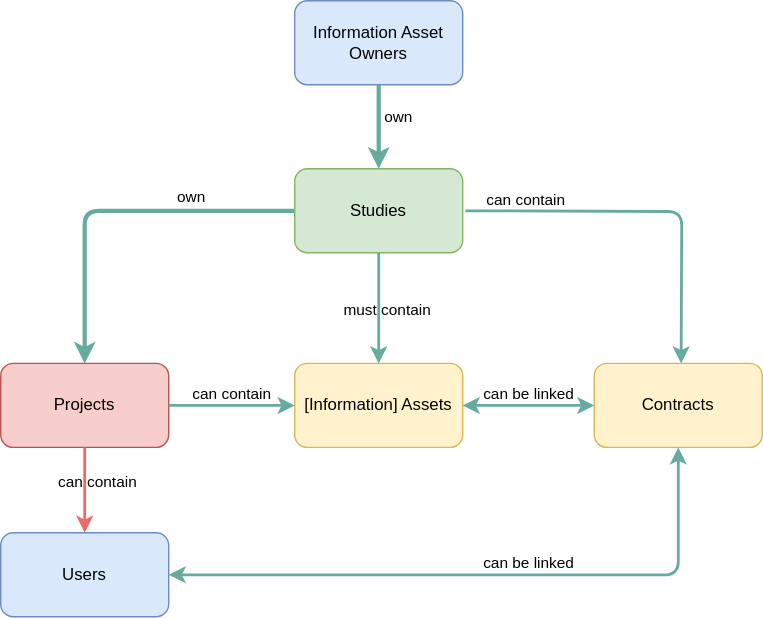
Earlier version of the draw.io export web/public/entity_diagram.drawio.svg (ucl-arc-tre/portal). Source tidied: cells renumbered, new cells last; positions are measured from the earlier drawing's top-left corner, leaving out a move shared by most shapes. Its diagram source:
```xml
<mxGraphModel>
  <root>
    <mxCell id="0" />
    <mxCell id="1" parent="0" />
    <mxCell id="2" style="edgeStyle=orthogonalEdgeStyle;rounded=1;jettySize=auto;html=1;exitX=0;exitY=0.5;exitDx=0;exitDy=0;strokeColor=#67AB9F;strokeWidth=3;curved=0;" parent="1" edge="1" source="4" target="7">
      <mxGeometry relative="1" as="geometry" />
    </mxCell>
    <mxCell id="3" value="own" style="edgeLabel;html=1;align=center;verticalAlign=middle;labelBackgroundColor=none;" parent="2" vertex="1">
      <mxGeometry x="0.22" y="-3" relative="1" as="geometry">
        <mxPoint x="78" y="-18" as="offset" />
      </mxGeometry>
    </mxCell>
    <mxCell id="4" value="Studies" style="rounded=1;whiteSpace=wrap;html=1;fillColor=#D5E8D4;strokeColor=#82b366;" parent="1" vertex="1">
      <mxGeometry x="210" y="120" width="120" height="60" as="geometry" />
    </mxCell>
    <mxCell id="5" style="edgeStyle=orthogonalEdgeStyle;rounded=1;orthogonalLoop=1;jettySize=auto;html=1;exitX=1;exitY=0.5;exitDx=0;exitDy=0;strokeWidth=2;strokeColor=#67AB9F;curved=0;entryX=0.5;entryY=0;entryDx=0;entryDy=0;" parent="1" edge="1">
      <mxGeometry relative="1" as="geometry">
        <mxPoint x="332" y="150" as="sourcePoint" />
        <mxPoint x="486" y="259" as="targetPoint" />
      </mxGeometry>
    </mxCell>
    <mxCell id="6" value="can contain" style="edgeLabel;html=1;align=center;verticalAlign=middle;labelBackgroundColor=none;" parent="5" vertex="1">
      <mxGeometry x="-0.29" relative="1" as="geometry">
        <mxPoint x="-51" y="-9" as="offset" />
      </mxGeometry>
    </mxCell>
    <mxCell id="7" value="Projects" style="whiteSpace=wrap;html=1;rounded=1;fillColor=#f8cecc;strokeColor=#b85450;" parent="1" vertex="1">
      <mxGeometry y="259" width="120" height="60" as="geometry" />
    </mxCell>
    <mxCell id="8" style="edgeStyle=orthogonalEdgeStyle;rounded=0;jettySize=auto;html=1;exitX=0.5;exitY=1;exitDx=0;exitDy=0;strokeWidth=2;strokeColor=#EA6B66;" parent="1" edge="1" source="7" target="11">
      <mxGeometry relative="1" as="geometry" />
    </mxCell>
    <mxCell id="9" value="can contain" style="edgeLabel;html=1;align=center;verticalAlign=middle;labelBackgroundColor=none;" parent="8" vertex="1">
      <mxGeometry x="-0.13" y="2" relative="1" as="geometry">
        <mxPoint x="6" y="-1" as="offset" />
      </mxGeometry>
    </mxCell>
    <mxCell id="10" value="[Information] Assets" style="whiteSpace=wrap;html=1;rounded=1;fillColor=#fff2cc;strokeColor=#d6b656;" parent="1" vertex="1">
      <mxGeometry x="210" y="259" width="120" height="60" as="geometry" />
    </mxCell>
    <mxCell id="11" value="Users" style="whiteSpace=wrap;html=1;rounded=1;fillColor=#dae8fc;strokeColor=#6c8ebf;" parent="1" vertex="1">
      <mxGeometry y="380" width="120" height="60" as="geometry" />
    </mxCell>
    <mxCell id="12" value="Contracts" style="whiteSpace=wrap;html=1;rounded=1;fillColor=#fff2cc;strokeColor=#d6b656;" parent="1" vertex="1">
      <mxGeometry x="424" y="259" width="120" height="60" as="geometry" />
    </mxCell>
    <mxCell id="13" style="edgeStyle=orthogonalEdgeStyle;rounded=1;jettySize=auto;html=1;strokeWidth=2;strokeColor=#67AB9F;curved=0;entryX=0.5;entryY=0;entryDx=0;entryDy=0;exitX=0.5;exitY=1;exitDx=0;exitDy=0;" parent="1" edge="1" source="4" target="10">
      <mxGeometry relative="1" as="geometry">
        <Array as="points">
          <mxPoint x="270" y="180" />
          <mxPoint x="270" y="180" />
        </Array>
      </mxGeometry>
    </mxCell>
    <mxCell id="14" value="must contain" style="edgeLabel;html=1;align=center;verticalAlign=middle;labelBackgroundColor=none;" parent="13" vertex="1">
      <mxGeometry x="-0.29" relative="1" as="geometry">
        <mxPoint x="5" y="12" as="offset" />
      </mxGeometry>
    </mxCell>
    <mxCell id="15" style="edgeStyle=orthogonalEdgeStyle;rounded=1;jettySize=auto;html=1;strokeWidth=2;strokeColor=#67AB9F;curved=0;startArrow=classic;startFill=1;entryX=0;entryY=0.5;entryDx=0;entryDy=0;" parent="1" edge="1" source="10" target="12">
      <mxGeometry relative="1" as="geometry" />
    </mxCell>
    <mxCell id="16" value="can be linked" style="edgeLabel;html=1;align=center;verticalAlign=middle;labelBackgroundColor=none;" parent="15" vertex="1">
      <mxGeometry x="-0.29" relative="1" as="geometry">
        <mxPoint x="13" y="-9" as="offset" />
      </mxGeometry>
    </mxCell>
    <mxCell id="17" style="edgeStyle=orthogonalEdgeStyle;rounded=1;jettySize=auto;html=1;exitX=0.5;exitY=1;exitDx=0;exitDy=0;strokeWidth=2;strokeColor=#67AB9F;curved=0;entryX=1;entryY=0.5;entryDx=0;entryDy=0;startArrow=classic;startFill=1;endArrow=classic;endFill=1;" parent="1" edge="1" source="12" target="11">
      <mxGeometry relative="1" as="geometry">
        <Array as="points">
          <mxPoint x="484" y="410" />
        </Array>
      </mxGeometry>
    </mxCell>
    <mxCell id="18" value="can be linked" style="edgeLabel;html=1;align=center;verticalAlign=middle;labelBackgroundColor=none;" parent="17" vertex="1">
      <mxGeometry x="-0.29" relative="1" as="geometry">
        <mxPoint x="-37" y="-9" as="offset" />
      </mxGeometry>
    </mxCell>
    <mxCell id="19" value="Information Asset Owners" style="whiteSpace=wrap;html=1;rounded=1;fillColor=#dae8fc;strokeColor=#6c8ebf;" parent="1" vertex="1">
      <mxGeometry x="210" width="120" height="60" as="geometry" />
    </mxCell>
    <mxCell id="20" style="edgeStyle=orthogonalEdgeStyle;rounded=1;jettySize=auto;html=1;exitX=0.5;exitY=1;exitDx=0;exitDy=0;strokeColor=#67AB9F;strokeWidth=3;curved=0;entryX=0.5;entryY=0;entryDx=0;entryDy=0;" parent="1" edge="1" source="19" target="4">
      <mxGeometry relative="1" as="geometry" />
    </mxCell>
    <mxCell id="21" value="own" style="edgeLabel;html=1;align=center;verticalAlign=middle;labelBackgroundColor=none;" parent="20" vertex="1">
      <mxGeometry x="0.22" y="-3" relative="1" as="geometry">
        <mxPoint x="16" y="-14" as="offset" />
      </mxGeometry>
    </mxCell>
    <mxCell id="22" style="edgeStyle=orthogonalEdgeStyle;rounded=1;jettySize=auto;html=1;strokeWidth=2;strokeColor=#67AB9F;curved=0;startArrow=none;startFill=0;entryX=0;entryY=0.5;entryDx=0;entryDy=0;exitX=1;exitY=0.5;exitDx=0;exitDy=0;" parent="1" edge="1" source="7" target="10">
      <mxGeometry relative="1" as="geometry" />
    </mxCell>
    <mxCell id="23" value="can contain" style="edgeLabel;html=1;align=center;verticalAlign=middle;labelBackgroundColor=none;" parent="22" vertex="1">
      <mxGeometry x="-0.29" relative="1" as="geometry">
        <mxPoint x="13" y="-9" as="offset" />
      </mxGeometry>
    </mxCell>
  </root>
</mxGraphModel>
```
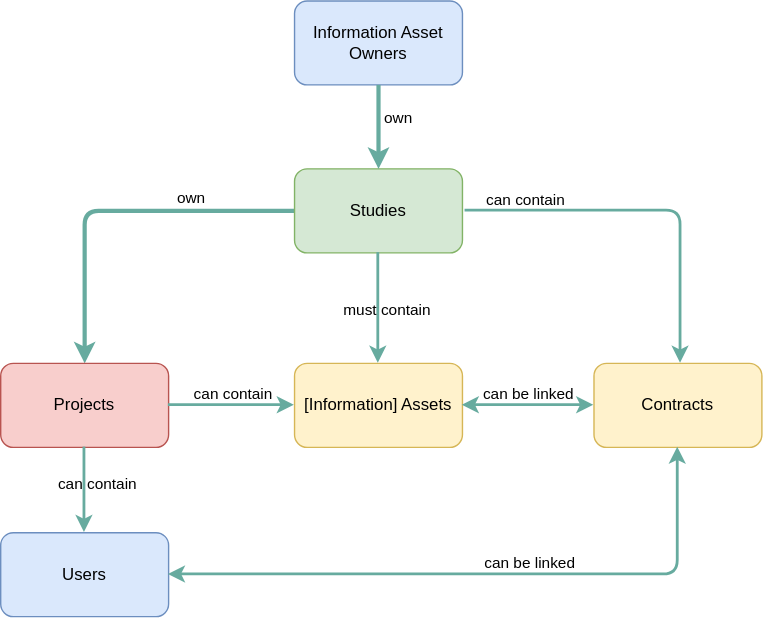
The same diagram one commit later.

Change to the diagram source:
```diff
@@ -27,7 +27,7 @@
     <mxCell id="7" value="Projects" style="whiteSpace=wrap;html=1;rounded=1;fillColor=#f8cecc;strokeColor=#b85450;" parent="1" vertex="1">
       <mxGeometry y="259" width="120" height="60" as="geometry" />
     </mxCell>
-    <mxCell id="8" style="edgeStyle=orthogonalEdgeStyle;rounded=0;jettySize=auto;html=1;exitX=0.5;exitY=1;exitDx=0;exitDy=0;strokeWidth=2;strokeColor=#EA6B66;" parent="1" edge="1" source="7" target="11">
+    <mxCell id="8" style="edgeStyle=orthogonalEdgeStyle;rounded=0;jettySize=auto;html=1;exitX=0.5;exitY=1;exitDx=0;exitDy=0;strokeWidth=2;strokeColor=#67AB9F;" parent="1" edge="1" source="7" target="11">
       <mxGeometry relative="1" as="geometry" />
     </mxCell>
     <mxCell id="9" value="can contain" style="edgeLabel;html=1;align=center;verticalAlign=middle;labelBackgroundColor=none;" parent="8" vertex="1">
```
